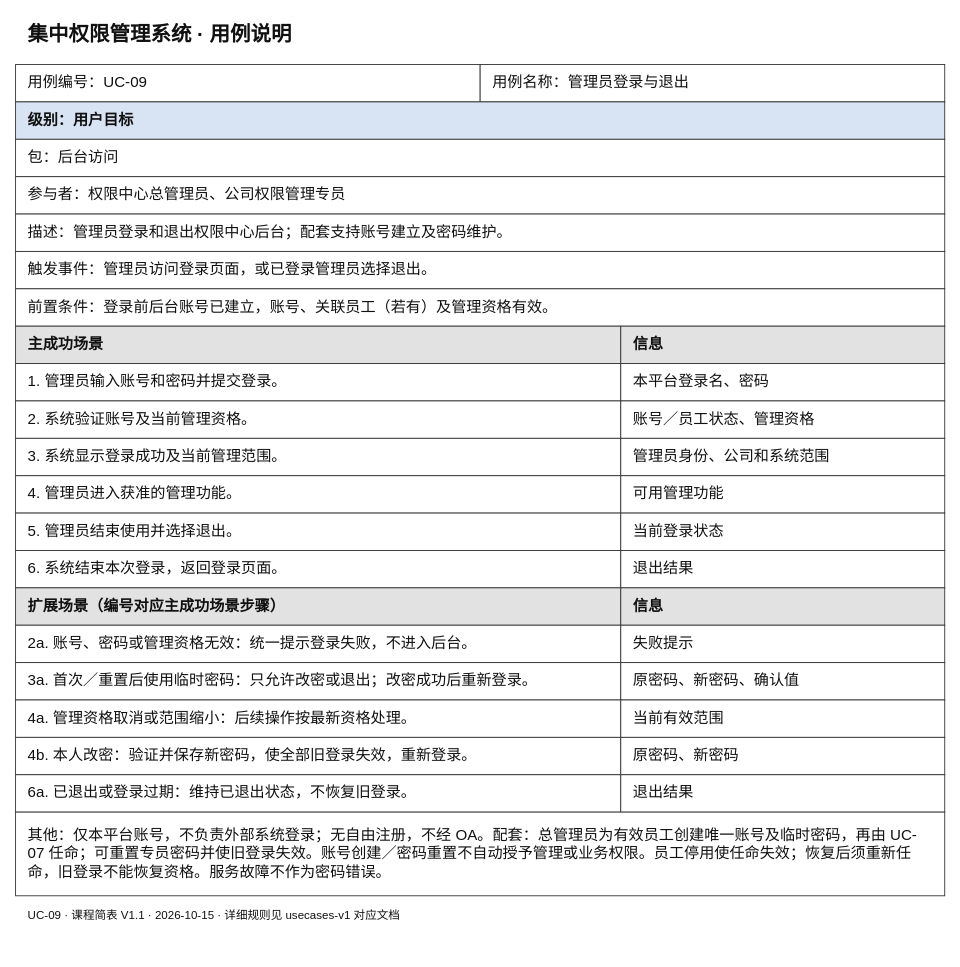
Above: docs/按用例分类/UC-09_管理员登录与退出/课程简表.drawio in Noah-hope/RBAC-admin (draw.io), before the change. Source tidied: cells renumbered, new cells numbered last; positions are measured from the earlier drawing's top-left corner, leaving out a move shared by most shapes. Both pictures are drawn from the tidied source at 89%, with x=0, y=0 at pixel (15, 15).
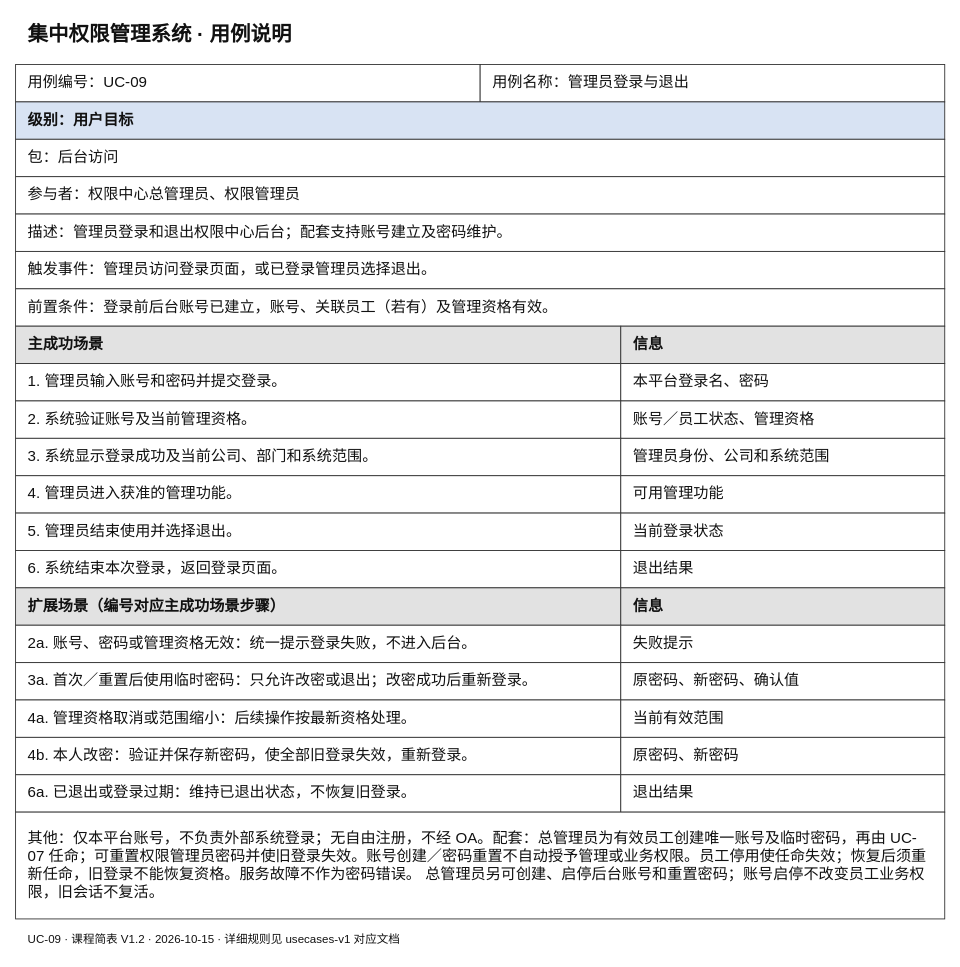
Above is the later version.

Change to the diagram source:
```diff
@@
-    <mxCell id="7" value="参与者：权限中心总管理员、公司权限管理专员" style="rounded=0;whiteSpace=wrap;html=0;fontFamily=Microsoft YaHei;fontSize=17;fontColor=#111111;align=left;verticalAlign=middle;spacingLeft=12;spacingRight=12;spacingTop=8;spacingBottom=8;fillColor=#ffffff;strokeColor=#333333;fontStyle=0;" parent="1" vertex="1">
+    <mxCell id="7" value="参与者：权限中心总管理员、权限管理员" style="rounded=0;whiteSpace=wrap;html=0;fontFamily=Microsoft YaHei;fontSize=17;fontColor=#111111;align=left;verticalAlign=middle;spacingLeft=12;spacingRight=12;spacingTop=8;spacingBottom=8;fillColor=#ffffff;strokeColor=#333333;fontStyle=0;" parent="1" vertex="1">
       <mxGeometry y="181" width="1044" height="42" as="geometry" />
     </mxCell>
@@
-    <mxCell id="17" value="3. 系统显示登录成功及当前管理范围。" style="rounded=0;whiteSpace=wrap;html=0;fontFamily=Microsoft YaHei;fontSize=17;fontColor=#111111;align=left;verticalAlign=middle;spacingLeft=12;spacingRight=12;spacingTop=8;spacingBottom=8;fillColor=#ffffff;strokeColor=#333333;fontStyle=0;" parent="1" vertex="1">
+    <mxCell id="17" value="3. 系统显示登录成功及当前公司、部门和系统范围。" style="rounded=0;whiteSpace=wrap;html=0;fontFamily=Microsoft YaHei;fontSize=17;fontColor=#111111;align=left;verticalAlign=middle;spacingLeft=12;spacingRight=12;spacingTop=8;spacingBottom=8;fillColor=#ffffff;strokeColor=#333333;fontStyle=0;" parent="1" vertex="1">
       <mxGeometry y="475" width="680" height="42" as="geometry" />
     </mxCell>
@@
-    <mxCell id="37" value="其他：仅本平台账号，不负责外部系统登录；无自由注册，不经 OA。配套：总管理员为有效员工创建唯一账号及临时密码，再由 UC-07 任命；可重置专员密码并使旧登录失效。账号创建／密码重置不自动授予管理或业务权限。员工停用使任命失效；恢复后须重新任命，旧登录不能恢复资格。服务故障不作为密码错误。" style="rounded=0;whiteSpace=wrap;html=0;fontFamily=Microsoft YaHei;fontSize=17;fontColor=#111111;align=left;verticalAlign=middle;spacingLeft=12;spacingRight=12;spacingTop=8;spacingBottom=8;fillColor=#ffffff;strokeColor=#333333;fontStyle=0;" parent="1" vertex="1">
-      <mxGeometry y="895" width="1044" height="94" as="geometry" />
+    <mxCell id="37" value="其他：仅本平台账号，不负责外部系统登录；无自由注册，不经 OA。配套：总管理员为有效员工创建唯一账号及临时密码，再由 UC-07 任命；可重置权限管理员密码并使旧登录失效。账号创建／密码重置不自动授予管理或业务权限。员工停用使任命失效；恢复后须重新任命，旧登录不能恢复资格。服务故障不作为密码错误。 总管理员另可创建、启停后台账号和重置密码；账号启停不改变员工业务权限，旧会话不复活。" style="rounded=0;whiteSpace=wrap;html=0;fontFamily=Microsoft YaHei;fontSize=17;fontColor=#111111;align=left;verticalAlign=middle;spacingLeft=12;spacingRight=12;spacingTop=8;spacingBottom=8;fillColor=#ffffff;strokeColor=#333333;fontStyle=0;" parent="1" vertex="1">
+      <mxGeometry y="895" width="1044" height="120" as="geometry" />
     </mxCell>
-    <mxCell id="38" value="UC-09 · 课程简表 V1.1 · 2026-10-15 · 详细规则见 usecases-v1 对应文档" style="rounded=0;whiteSpace=wrap;html=0;fontFamily=Microsoft YaHei;fontSize=13;fontColor=#111111;align=left;verticalAlign=middle;spacingLeft=12;spacingRight=12;spacingTop=8;spacingBottom=8;fillColor=#ffffff;strokeColor=none;fontStyle=0;" parent="1" vertex="1">
-      <mxGeometry y="996" width="1044" height="30" as="geometry" />
+    <mxCell id="38" value="UC-09 · 课程简表 V1.2 · 2026-10-15 · 详细规则见 usecases-v1 对应文档" style="rounded=0;whiteSpace=wrap;html=0;fontFamily=Microsoft YaHei;fontSize=13;fontColor=#111111;align=left;verticalAlign=middle;spacingLeft=12;spacingRight=12;spacingTop=8;spacingBottom=8;fillColor=#ffffff;strokeColor=none;fontStyle=0;" parent="1" vertex="1">
+      <mxGeometry y="1022" width="1044" height="30" as="geometry" />
     </mxCell>
```
